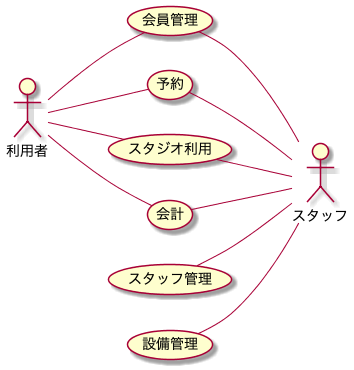
TakashiOnawa/ddd-practice-studio-reservation keeps this PlantUML diagram as modeling/BusinessContext/BusinessContext.png. Above is the earlier version.
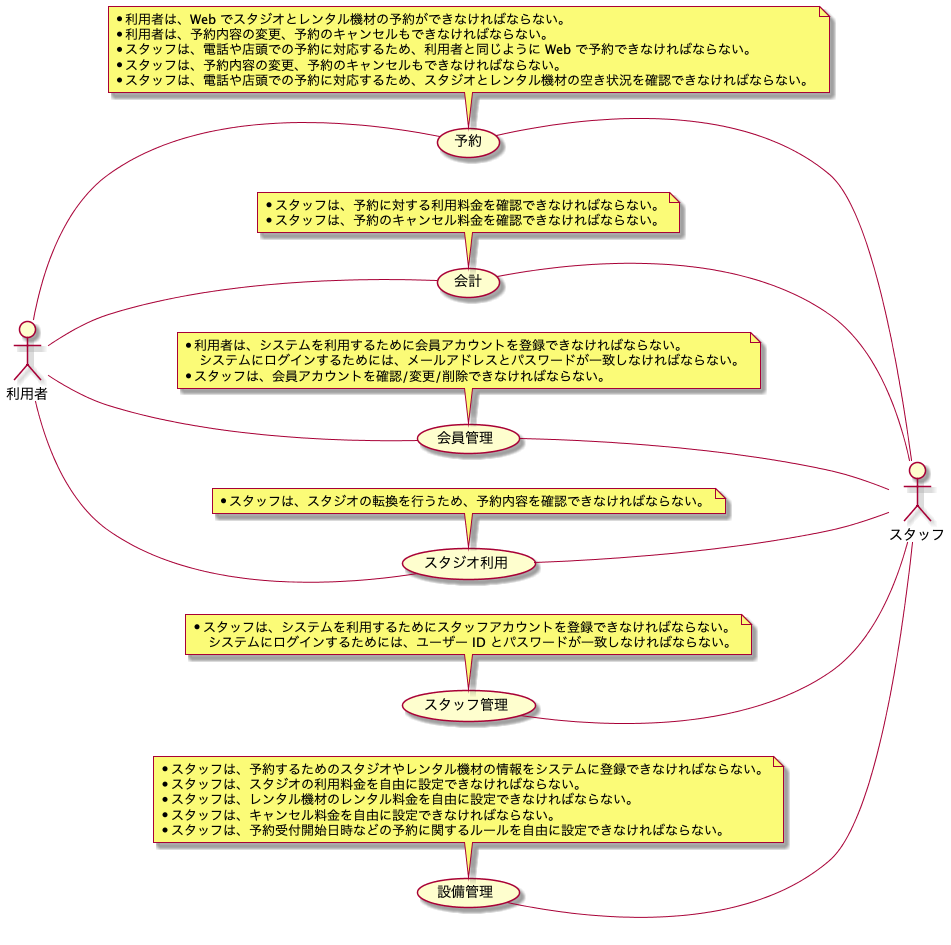
After the change.

Change to the diagram source:
```diff
@@ -4,9 +4,6 @@
 
 actor 利用者
 actor スタッフ
-
-利用者 -- (会員管理)
-(会員管理) -- スタッフ
 
 利用者 -- (予約)
 (予約) -- スタッフ
@@ -17,7 +14,46 @@
 利用者 -- (会計)
 (会計) -- スタッフ
 
+利用者 -- (会員管理)
+(会員管理) -- スタッフ
+
 (スタッフ管理) -- スタッフ
 (設備管理) -- スタッフ
 
+note top of (予約)
+* 利用者は、Web でスタジオとレンタル機材の予約ができなければならない。
+* 利用者は、予約内容の変更、予約のキャンセルもできなければならない。
+* スタッフは、電話や店頭での予約に対応するため、利用者と同じように Web で予約できなければならない。
+* スタッフは、予約内容の変更、予約のキャンセルもできなければならない。
+* スタッフは、電話や店頭での予約に対応するため、スタジオとレンタル機材の空き状況を確認できなければならない。
+end note
+
+note top of (スタジオ利用)
+* スタッフは、スタジオの転換を行うため、予約内容を確認できなければならない。
+end note
+
+note top of (会計)
+* スタッフは、予約に対する利用料金を確認できなければならない。
+* スタッフは、予約のキャンセル料金を確認できなければならない。
+end note
+
+note top of (会員管理)
+* 利用者は、システムを利用するために会員アカウントを登録できなければならない。
+    システムにログインするためには、メールアドレスとパスワードが一致しなければならない。
+* スタッフは、会員アカウントを確認/変更/削除できなければならない。
+end note
+
+note top of (スタッフ管理)
+* スタッフは、システムを利用するためにスタッフアカウントを登録できなければならない。
+    システムにログインするためには、ユーザー ID とパスワードが一致しなければならない。
+end note
+
+note top of (設備管理)
+* スタッフは、予約するためのスタジオやレンタル機材の情報をシステムに登録できなければならない。
+* スタッフは、スタジオの利用料金を自由に設定できなければならない。
+* スタッフは、レンタル機材のレンタル料金を自由に設定できなければならない。
+* スタッフは、キャンセル料金を自由に設定できなければならない。
+* スタッフは、予約受付開始日時などの予約に関するルールを自由に設定できなければならない。
+end note
+
 @enduml
```
